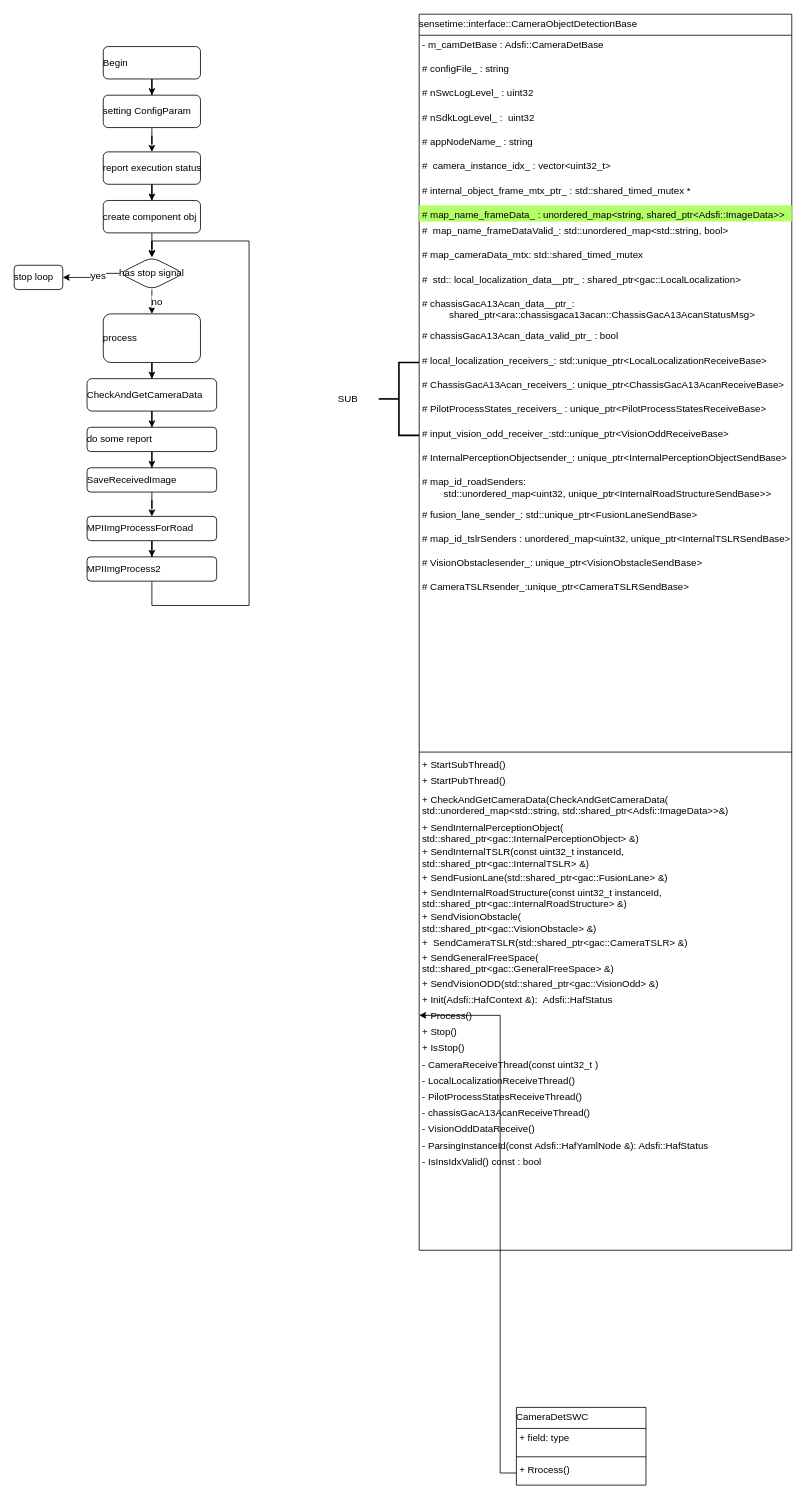
Above: component.drawio in edxuanlen/drawio (draw.io), before the change. Source tidied: cells renumbered, new cells numbered last; positions are measured from the earlier drawing's top-left corner, leaving out a move shared by most shapes. Both pictures are drawn from the tidied source at 81%, with x=0, y=0 at pixel (14, 14).
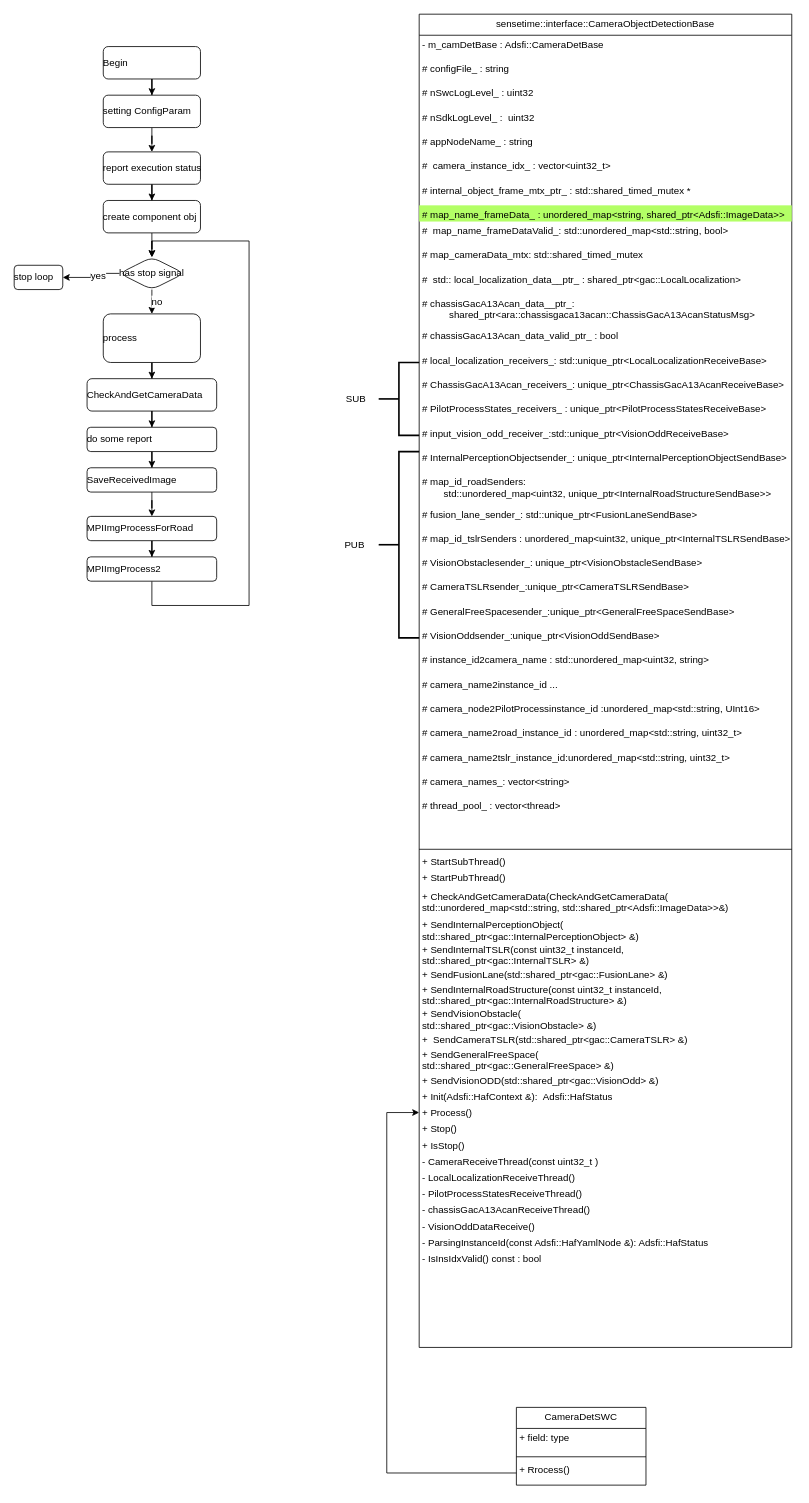
After the change.

Unchanged cells that the change refers to:
```xml
<mxCell id="29" value="+ Rrocess()" style="text;strokeColor=none;fillColor=none;align=left;verticalAlign=top;spacingLeft=4;spacingRight=4;overflow=hidden;points=[[0,0.5],[1,0.5]];portConstraint=eastwest;fontStyle=0;spacing=0;labelBorderColor=none;fontFamily=Helvetica;fontSize=12;" parent="26" vertex="1">
  <mxGeometry y="66" width="160" height="30" as="geometry" />
</mxCell>
```

Diff of the diagram source:
```diff
@@
-    <mxCell id="26" value="CameraDetSWC" style="swimlane;fontStyle=0;align=left;verticalAlign=top;horizontal=1;startSize=26;spacing=0;labelBorderColor=none;fontFamily=Helvetica;fontSize=12;" parent="1" vertex="1">
+    <mxCell id="26" value="CameraDetSWC" style="swimlane;fontStyle=0;align=center;verticalAlign=top;horizontal=1;startSize=26;spacing=0;labelBorderColor=none;fontFamily=Helvetica;fontSize=12;" parent="1" vertex="1">
       <mxGeometry x="620" y="1720" width="160" height="96" as="geometry" />
     </mxCell>
@@
-    <mxCell id="30" value="sensetime::interface::CameraObjectDetectionBase" style="swimlane;fontStyle=0;align=left;verticalAlign=top;horizontal=1;startSize=26;spacing=0;labelBorderColor=none;fontFamily=Helvetica;fontSize=12;" parent="1" vertex="1">
-      <mxGeometry x="500" width="460" height="1526" as="geometry" />
+    <mxCell id="30" value="sensetime::interface::CameraObjectDetectionBase" style="swimlane;fontStyle=0;align=center;verticalAlign=top;horizontal=1;startSize=26;spacing=0;labelBorderColor=none;fontFamily=Helvetica;fontSize=12;" parent="1" vertex="1">
+      <mxGeometry x="500" width="460" height="1646" as="geometry" />
     </mxCell>
@@
-    <mxCell id="54" style="text;strokeColor=none;fillColor=none;align=left;verticalAlign=top;spacingLeft=4;spacingRight=4;overflow=hidden;fontStyle=0;spacing=0;labelBorderColor=none;fontFamily=Helvetica;fontSize=12;" parent="30" vertex="1">
+    <mxCell id="54" value="# GeneralFreeSpacesender_:unique_ptr&lt;GeneralFreeSpaceSendBase&gt; " style="text;strokeColor=none;fillColor=none;align=left;verticalAlign=top;spacingLeft=4;spacingRight=4;overflow=hidden;fontStyle=0;spacing=0;labelBorderColor=none;fontFamily=Helvetica;fontSize=12;" parent="30" vertex="1">
       <mxGeometry y="726" width="460" height="30" as="geometry" />
     </mxCell>
-    <mxCell id="55" style="text;strokeColor=none;fillColor=none;align=left;verticalAlign=top;spacingLeft=4;spacingRight=4;overflow=hidden;fontStyle=0;spacing=0;labelBorderColor=none;fontFamily=Helvetica;fontSize=12;" parent="30" vertex="1">
+    <mxCell id="55" value="# VisionOddsender_:unique_ptr&lt;VisionOddSendBase&gt; " style="text;strokeColor=none;fillColor=none;align=left;verticalAlign=top;spacingLeft=4;spacingRight=4;overflow=hidden;fontStyle=0;spacing=0;labelBorderColor=none;fontFamily=Helvetica;fontSize=12;" parent="30" vertex="1">
       <mxGeometry y="756" width="460" height="30" as="geometry" />
     </mxCell>
-    <mxCell id="56" style="text;strokeColor=none;fillColor=none;align=left;verticalAlign=top;spacingLeft=4;spacingRight=4;overflow=hidden;fontStyle=0;spacing=0;labelBorderColor=none;fontFamily=Helvetica;fontSize=12;" parent="30" vertex="1">
+    <mxCell id="56" value="# instance_id2camera_name : std::unordered_map&lt;uint32, string&gt; " style="text;strokeColor=none;fillColor=none;align=left;verticalAlign=top;spacingLeft=4;spacingRight=4;overflow=hidden;fontStyle=0;spacing=0;labelBorderColor=none;fontFamily=Helvetica;fontSize=12;" parent="30" vertex="1">
       <mxGeometry y="786" width="460" height="30" as="geometry" />
     </mxCell>
-    <mxCell id="57" style="text;strokeColor=none;fillColor=none;align=left;verticalAlign=top;spacingLeft=4;spacingRight=4;overflow=hidden;fontStyle=0;spacing=0;labelBorderColor=none;fontFamily=Helvetica;fontSize=12;" parent="30" vertex="1">
+    <mxCell id="57" value="# camera_name2instance_id ..." style="text;strokeColor=none;fillColor=none;align=left;verticalAlign=top;spacingLeft=4;spacingRight=4;overflow=hidden;fontStyle=0;spacing=0;labelBorderColor=none;fontFamily=Helvetica;fontSize=12;" parent="30" vertex="1">
       <mxGeometry y="816" width="460" height="30" as="geometry" />
     </mxCell>
-    <mxCell id="58" style="text;strokeColor=none;fillColor=none;align=left;verticalAlign=top;spacingLeft=4;spacingRight=4;overflow=hidden;fontStyle=0;spacing=0;labelBorderColor=none;fontFamily=Helvetica;fontSize=12;" parent="30" vertex="1">
+    <mxCell id="58" value="# camera_node2PilotProcessinstance_id :unordered_map&lt;std::string, UInt16&gt;&#10;" style="text;strokeColor=none;fillColor=none;align=left;verticalAlign=top;spacingLeft=4;spacingRight=4;overflow=hidden;fontStyle=0;spacing=0;labelBorderColor=none;fontFamily=Helvetica;fontSize=12;" parent="30" vertex="1">
       <mxGeometry y="846" width="460" height="30" as="geometry" />
     </mxCell>
-    <mxCell id="59" style="text;strokeColor=none;fillColor=none;align=left;verticalAlign=top;spacingLeft=4;spacingRight=4;overflow=hidden;fontStyle=0;spacing=0;labelBorderColor=none;fontFamily=Helvetica;fontSize=12;" parent="30" vertex="1">
+    <mxCell id="59" value="# camera_name2road_instance_id : unordered_map&lt;std::string, uint32_t&gt; " style="text;strokeColor=none;fillColor=none;align=left;verticalAlign=top;spacingLeft=4;spacingRight=4;overflow=hidden;fontStyle=0;spacing=0;labelBorderColor=none;fontFamily=Helvetica;fontSize=12;" parent="30" vertex="1">
       <mxGeometry y="876" width="460" height="30" as="geometry" />
     </mxCell>
+    <mxCell id="91" value="# camera_name2tslr_instance_id:unordered_map&lt;std::string, uint32_t&gt; " style="text;strokeColor=none;fillColor=none;align=left;verticalAlign=top;spacingLeft=4;spacingRight=4;overflow=hidden;fontStyle=0;spacing=0;labelBorderColor=none;fontFamily=Helvetica;fontSize=12;" parent="30" vertex="1">
+      <mxGeometry y="906" width="460" height="30" as="geometry" />
+    </mxCell>
+    <mxCell id="92" value="# camera_names_: vector&lt;string&gt;" style="text;strokeColor=none;fillColor=none;align=left;verticalAlign=top;spacingLeft=4;spacingRight=4;overflow=hidden;fontStyle=0;spacing=0;labelBorderColor=none;fontFamily=Helvetica;fontSize=12;" parent="30" vertex="1">
+      <mxGeometry y="936" width="460" height="30" as="geometry" />
+    </mxCell>
+    <mxCell id="93" value="# thread_pool_ : vector&lt;thread&gt;" style="text;strokeColor=none;fillColor=none;align=left;verticalAlign=top;spacingLeft=4;spacingRight=4;overflow=hidden;fontStyle=0;spacing=0;labelBorderColor=none;fontFamily=Helvetica;fontSize=12;" parent="30" vertex="1">
+      <mxGeometry y="966" width="460" height="30" as="geometry" />
+    </mxCell>
+    <mxCell id="94" style="text;strokeColor=none;fillColor=none;align=left;verticalAlign=top;spacingLeft=4;spacingRight=4;overflow=hidden;fontStyle=0;spacing=0;labelBorderColor=none;fontFamily=Helvetica;fontSize=12;" parent="30" vertex="1">
+      <mxGeometry y="996" width="460" height="30" as="geometry" />
+    </mxCell>
     <mxCell id="60" style="line;strokeWidth=1;fillColor=none;align=left;verticalAlign=middle;spacingTop=-1;spacingLeft=3;spacingRight=3;labelPosition=right;strokeColor=inherit;fontStyle=0;spacing=0;labelBorderColor=none;fontFamily=Helvetica;fontSize=12;" parent="30" vertex="1">
-      <mxGeometry y="906" width="460" height="10" as="geometry" />
+      <mxGeometry y="1026" width="460" height="10" as="geometry" />
     </mxCell>
     <mxCell id="61" value="+ StartSubThread()" style="text;strokeColor=none;fillColor=none;align=left;verticalAlign=middle;spacingLeft=4;spacingRight=4;overflow=hidden;fontStyle=0;spacing=0;labelBorderColor=none;fontFamily=Helvetica;fontSize=12;" parent="30" vertex="1">
-      <mxGeometry y="916" width="460" height="20" as="geometry" />
+      <mxGeometry y="1036" width="460" height="20" as="geometry" />
     </mxCell>
     <mxCell id="62" value="+ StartPubThread()" style="text;strokeColor=none;fillColor=none;align=left;verticalAlign=middle;spacingLeft=4;spacingRight=4;overflow=hidden;fontStyle=0;spacing=0;labelBorderColor=none;fontFamily=Helvetica;fontSize=12;" parent="30" vertex="1">
-      <mxGeometry y="936" width="460" height="20" as="geometry" />
+      <mxGeometry y="1056" width="460" height="20" as="geometry" />
     </mxCell>
     <mxCell id="63" value="+ CheckAndGetCameraData(CheckAndGetCameraData(&#10;        std::unordered_map&lt;std::string, std::shared_ptr&lt;Adsfi::ImageData&gt;&gt;&amp;)" style="text;strokeColor=none;fillColor=none;align=left;verticalAlign=middle;spacingLeft=4;spacingRight=4;overflow=hidden;fontStyle=0;spacing=0;labelBorderColor=none;fontFamily=Helvetica;fontSize=12;" parent="30" vertex="1">
-      <mxGeometry y="956" width="460" height="40" as="geometry" />
+      <mxGeometry y="1076" width="460" height="40" as="geometry" />
     </mxCell>
     <mxCell id="64" value="+ SendInternalPerceptionObject(&#10;        std::shared_ptr&lt;gac::InternalPerceptionObject&gt; &amp;)" style="text;strokeColor=none;fillColor=none;align=left;verticalAlign=middle;spacingLeft=4;spacingRight=4;overflow=hidden;fontStyle=0;spacing=0;labelBorderColor=none;fontFamily=Helvetica;fontSize=12;" parent="30" vertex="1">
-      <mxGeometry y="996" width="460" height="30" as="geometry" />
+      <mxGeometry y="1116" width="460" height="30" as="geometry" />
     </mxCell>
     <mxCell id="65" value="+ SendInternalTSLR(const uint32_t instanceId,&#10;                          std::shared_ptr&lt;gac::InternalTSLR&gt; &amp;)" style="text;strokeColor=none;fillColor=none;align=left;verticalAlign=middle;spacingLeft=4;spacingRight=4;overflow=hidden;fontStyle=0;spacing=0;labelBorderColor=none;fontFamily=Helvetica;fontSize=12;" parent="30" vertex="1">
-      <mxGeometry y="1026" width="460" height="30" as="geometry" />
+      <mxGeometry y="1146" width="460" height="30" as="geometry" />
     </mxCell>
     <mxCell id="66" value="+ SendFusionLane(std::shared_ptr&lt;gac::FusionLane&gt; &amp;)" style="text;strokeColor=none;fillColor=none;align=left;verticalAlign=middle;spacingLeft=4;spacingRight=4;overflow=hidden;fontStyle=0;spacing=0;labelBorderColor=none;fontFamily=Helvetica;fontSize=12;" parent="30" vertex="1">
-      <mxGeometry y="1056" width="460" height="20" as="geometry" />
+      <mxGeometry y="1176" width="460" height="20" as="geometry" />
     </mxCell>
     <mxCell id="67" value="+ SendInternalRoadStructure(const uint32_t instanceId,&#10;        std::shared_ptr&lt;gac::InternalRoadStructure&gt; &amp;)" style="text;strokeColor=none;fillColor=none;align=left;verticalAlign=middle;spacingLeft=4;spacingRight=4;overflow=hidden;fontStyle=0;spacing=0;labelBorderColor=none;fontFamily=Helvetica;fontSize=12;" parent="30" vertex="1">
-      <mxGeometry y="1076" width="460" height="30" as="geometry" />
+      <mxGeometry y="1196" width="460" height="30" as="geometry" />
     </mxCell>
     <mxCell id="68" value="+ SendVisionObstacle(&#10;        std::shared_ptr&lt;gac::VisionObstacle&gt; &amp;)" style="text;strokeColor=none;fillColor=none;align=left;verticalAlign=middle;spacingLeft=4;spacingRight=4;overflow=hidden;fontStyle=0;spacing=0;labelBorderColor=none;fontFamily=Helvetica;fontSize=12;" parent="30" vertex="1">
-      <mxGeometry y="1106" width="460" height="30" as="geometry" />
+      <mxGeometry y="1226" width="460" height="30" as="geometry" />
     </mxCell>
     <mxCell id="69" value="+  SendCameraTSLR(std::shared_ptr&lt;gac::CameraTSLR&gt; &amp;)" style="text;strokeColor=none;fillColor=none;align=left;verticalAlign=middle;spacingLeft=4;spacingRight=4;overflow=hidden;fontStyle=0;spacing=0;labelBorderColor=none;fontFamily=Helvetica;fontSize=12;" parent="30" vertex="1">
-      <mxGeometry y="1136" width="460" height="20" as="geometry" />
+      <mxGeometry y="1256" width="460" height="20" as="geometry" />
     </mxCell>
     <mxCell id="70" value="+ SendGeneralFreeSpace(&#10;        std::shared_ptr&lt;gac::GeneralFreeSpace&gt; &amp;)" style="text;strokeColor=none;fillColor=none;align=left;verticalAlign=middle;spacingLeft=4;spacingRight=4;overflow=hidden;fontStyle=0;spacing=0;labelBorderColor=none;fontFamily=Helvetica;fontSize=12;" parent="30" vertex="1">
-      <mxGeometry y="1156" width="460" height="30" as="geometry" />
+      <mxGeometry y="1276" width="460" height="30" as="geometry" />
     </mxCell>
     <mxCell id="71" value="+ SendVisionODD(std::shared_ptr&lt;gac::VisionOdd&gt; &amp;)" style="text;strokeColor=none;fillColor=none;align=left;verticalAlign=middle;spacingLeft=4;spacingRight=4;overflow=hidden;fontStyle=0;spacing=0;labelBorderColor=none;fontFamily=Helvetica;fontSize=12;" parent="30" vertex="1">
-      <mxGeometry y="1186" width="460" height="20" as="geometry" />
+      <mxGeometry y="1306" width="460" height="20" as="geometry" />
     </mxCell>
     <mxCell id="72" value="+ Init(Adsfi::HafContext &amp;):  Adsfi::HafStatus" style="text;strokeColor=none;fillColor=none;align=left;verticalAlign=middle;spacingLeft=4;spacingRight=4;overflow=hidden;fontStyle=0;spacing=0;labelBorderColor=none;fontFamily=Helvetica;fontSize=12;" parent="30" vertex="1">
-      <mxGeometry y="1206" width="460" height="20" as="geometry" />
+      <mxGeometry y="1326" width="460" height="20" as="geometry" />
     </mxCell>
     <mxCell id="73" value="+ Process()" style="text;strokeColor=none;fillColor=none;align=left;verticalAlign=middle;spacingLeft=4;spacingRight=4;overflow=hidden;points=[[0,0.5],[1,0.5]];portConstraint=eastwest;fontStyle=0;spacing=0;labelBorderColor=none;fontFamily=Helvetica;fontSize=12;" parent="30" vertex="1">
-      <mxGeometry y="1226" width="460" height="20" as="geometry" />
+      <mxGeometry y="1346" width="460" height="20" as="geometry" />
     </mxCell>
     <mxCell id="74" value="+ Stop()    " style="text;strokeColor=none;fillColor=none;align=left;verticalAlign=middle;spacingLeft=4;spacingRight=4;overflow=hidden;fontStyle=0;spacing=0;labelBorderColor=none;fontFamily=Helvetica;fontSize=12;" parent="30" vertex="1">
-      <mxGeometry y="1246" width="460" height="20" as="geometry" />
+      <mxGeometry y="1366" width="460" height="20" as="geometry" />
     </mxCell>
     <mxCell id="75" value="+ IsStop()" style="text;strokeColor=none;fillColor=none;align=left;verticalAlign=middle;spacingLeft=4;spacingRight=4;overflow=hidden;fontStyle=0;spacing=0;labelBorderColor=none;fontFamily=Helvetica;fontSize=12;" parent="30" vertex="1">
-      <mxGeometry y="1266" width="460" height="20" as="geometry" />
+      <mxGeometry y="1386" width="460" height="20" as="geometry" />
     </mxCell>
     <mxCell id="76" value="- CameraReceiveThread(const uint32_t )" style="text;strokeColor=none;fillColor=none;align=left;verticalAlign=middle;spacingLeft=4;spacingRight=4;overflow=hidden;fontStyle=0;spacing=0;labelBorderColor=none;fontFamily=Helvetica;fontSize=12;" parent="30" vertex="1">
-      <mxGeometry y="1286" width="460" height="20" as="geometry" />
+      <mxGeometry y="1406" width="460" height="20" as="geometry" />
     </mxCell>
     <mxCell id="77" value="- LocalLocalizationReceiveThread()" style="text;strokeColor=none;fillColor=none;align=left;verticalAlign=middle;spacingLeft=4;spacingRight=4;overflow=hidden;fontStyle=0;spacing=0;labelBorderColor=none;fontFamily=Helvetica;fontSize=12;" parent="30" vertex="1">
-      <mxGeometry y="1306" width="460" height="20" as="geometry" />
+      <mxGeometry y="1426" width="460" height="20" as="geometry" />
     </mxCell>
     <mxCell id="78" value="- PilotProcessStatesReceiveThread()" style="text;strokeColor=none;fillColor=none;align=left;verticalAlign=middle;spacingLeft=4;spacingRight=4;overflow=hidden;fontStyle=0;spacing=0;labelBorderColor=none;fontFamily=Helvetica;fontSize=12;" parent="30" vertex="1">
-      <mxGeometry y="1326" width="460" height="20" as="geometry" />
+      <mxGeometry y="1446" width="460" height="20" as="geometry" />
     </mxCell>
     <mxCell id="79" value="- chassisGacA13AcanReceiveThread()" style="text;strokeColor=none;fillColor=none;align=left;verticalAlign=middle;spacingLeft=4;spacingRight=4;overflow=hidden;fontStyle=0;spacing=0;labelBorderColor=none;fontFamily=Helvetica;fontSize=12;" parent="30" vertex="1">
-      <mxGeometry y="1346" width="460" height="20" as="geometry" />
+      <mxGeometry y="1466" width="460" height="20" as="geometry" />
     </mxCell>
     <mxCell id="80" value="- VisionOddDataReceive()" style="text;strokeColor=none;fillColor=none;align=left;verticalAlign=middle;spacingLeft=4;spacingRight=4;overflow=hidden;fontStyle=0;spacing=0;labelBorderColor=none;fontFamily=Helvetica;fontSize=12;" parent="30" vertex="1">
-      <mxGeometry y="1366" width="460" height="20" as="geometry" />
+      <mxGeometry y="1486" width="460" height="20" as="geometry" />
     </mxCell>
     <mxCell id="81" value="- ParsingInstanceId(const Adsfi::HafYamlNode &amp;): Adsfi::HafStatus " style="text;strokeColor=none;fillColor=none;align=left;verticalAlign=middle;spacingLeft=4;spacingRight=4;overflow=hidden;fontStyle=0;spacing=0;labelBorderColor=none;fontFamily=Helvetica;fontSize=12;" parent="30" vertex="1">
-      <mxGeometry y="1386" width="460" height="20" as="geometry" />
+      <mxGeometry y="1506" width="460" height="20" as="geometry" />
     </mxCell>
     <mxCell id="82" value="- IsInsIdxValid() const : bool " style="text;strokeColor=none;fillColor=none;align=left;verticalAlign=middle;spacingLeft=4;spacingRight=4;overflow=hidden;fontStyle=0;spacing=0;labelBorderColor=none;fontFamily=Helvetica;fontSize=12;" parent="30" vertex="1">
-      <mxGeometry y="1406" width="460" height="20" as="geometry" />
+      <mxGeometry y="1526" width="460" height="20" as="geometry" />
     </mxCell>
     <mxCell id="83" style="text;strokeColor=none;fillColor=none;align=left;verticalAlign=middle;spacingLeft=4;spacingRight=4;overflow=hidden;fontStyle=0;spacing=0;labelBorderColor=none;fontFamily=Helvetica;fontSize=12;" parent="30" vertex="1">
-      <mxGeometry y="1426" width="460" height="20" as="geometry" />
+      <mxGeometry y="1546" width="460" height="20" as="geometry" />
     </mxCell>
     <mxCell id="84" style="text;strokeColor=none;fillColor=none;align=left;verticalAlign=middle;spacingLeft=4;spacingRight=4;overflow=hidden;fontStyle=0;spacing=0;labelBorderColor=none;fontFamily=Helvetica;fontSize=12;" parent="30" vertex="1">
-      <mxGeometry y="1446" width="460" height="20" as="geometry" />
+      <mxGeometry y="1566" width="460" height="20" as="geometry" />
     </mxCell>
     <mxCell id="85" style="text;strokeColor=none;fillColor=none;align=left;verticalAlign=middle;spacingLeft=4;spacingRight=4;overflow=hidden;fontStyle=0;spacing=0;labelBorderColor=none;fontFamily=Helvetica;fontSize=12;" parent="30" vertex="1">
-      <mxGeometry y="1466" width="460" height="20" as="geometry" />
+      <mxGeometry y="1586" width="460" height="20" as="geometry" />
     </mxCell>
     <mxCell id="86" style="text;strokeColor=none;fillColor=none;align=left;verticalAlign=middle;spacingLeft=4;spacingRight=4;overflow=hidden;fontStyle=0;spacing=0;labelBorderColor=none;fontFamily=Helvetica;fontSize=12;" parent="30" vertex="1">
-      <mxGeometry y="1486" width="460" height="20" as="geometry" />
+      <mxGeometry y="1606" width="460" height="20" as="geometry" />
     </mxCell>
     <mxCell id="87" style="text;strokeColor=none;fillColor=none;align=left;verticalAlign=middle;spacingLeft=4;spacingRight=4;overflow=hidden;fontStyle=0;spacing=0;labelBorderColor=none;fontFamily=Helvetica;fontSize=12;" parent="30" vertex="1">
-      <mxGeometry y="1506" width="460" height="20" as="geometry" />
+      <mxGeometry y="1626" width="460" height="20" as="geometry" />
     </mxCell>
     <mxCell id="88" style="edgeStyle=orthogonalEdgeStyle;rounded=0;jettySize=auto;html=1;exitX=0;exitY=0.5;exitDx=0;exitDy=0;entryX=0;entryY=0.5;entryDx=0;entryDy=0;align=left;fontStyle=0;spacing=0;labelBorderColor=none;fontFamily=Helvetica;fontSize=12;" parent="1" edge="1" source="29" target="73">
-      <mxGeometry relative="1" as="geometry" />
+      <mxGeometry relative="1" as="geometry">
+        <Array as="points">
+          <mxPoint x="460" y="1801" />
+          <mxPoint x="460" y="1356" />
+        </Array>
+      </mxGeometry>
     </mxCell>
@@
     <mxCell id="90" value="SUB" style="text;html=1;align=left;verticalAlign=middle;strokeColor=none;fillColor=none;fontStyle=0;spacing=0;labelBorderColor=none;fontFamily=Helvetica;fontSize=12;" parent="1" vertex="1">
-      <mxGeometry x="400" y="465" width="40" height="20" as="geometry" />
+      <mxGeometry x="410" y="465" width="40" height="20" as="geometry" />
     </mxCell>
+    <mxCell id="95" style="strokeWidth=2;html=1;shape=mxgraph.flowchart.annotation_2;align=left;labelPosition=right;labelBorderColor=none;fontFamily=Helvetica;fontSize=12;fillColor=#B3FF66;" parent="1" vertex="1">
+      <mxGeometry x="450" y="540" width="50" height="230" as="geometry" />
+    </mxCell>
+    <mxCell id="96" value="PUB" style="text;html=1;align=center;verticalAlign=middle;strokeColor=none;fillColor=none;fontSize=12;fontFamily=Helvetica;" parent="1" vertex="1">
+      <mxGeometry x="395" y="640" width="50" height="30" as="geometry" />
+    </mxCell>
```
